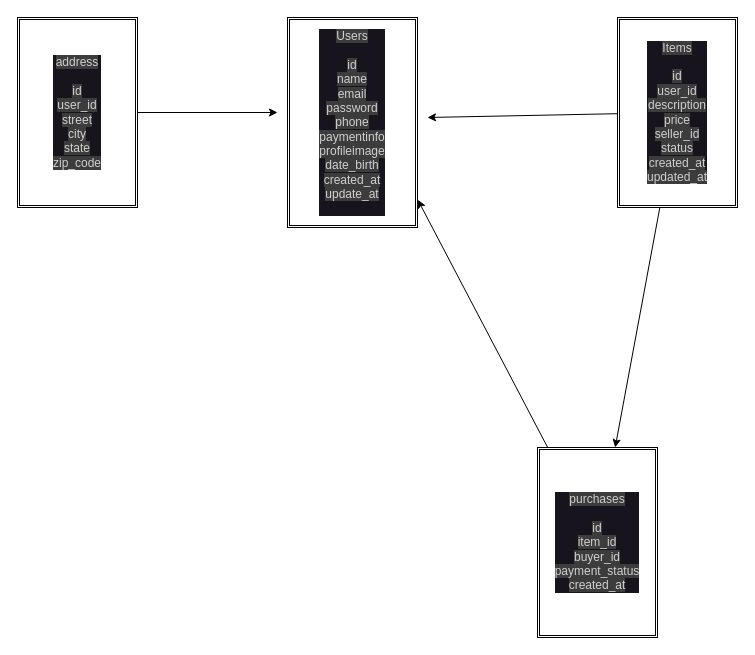
Above: ER.dio in Ebisawa1016/furima-40312 (draw.io), before the change. Source tidied: cells renumbered, new cells numbered last; positions are measured from the earlier drawing's top-left corner, leaving out a move shared by most shapes. Both pictures are drawn from the tidied source at 100%, with x=0, y=0 at pixel (17, 17).
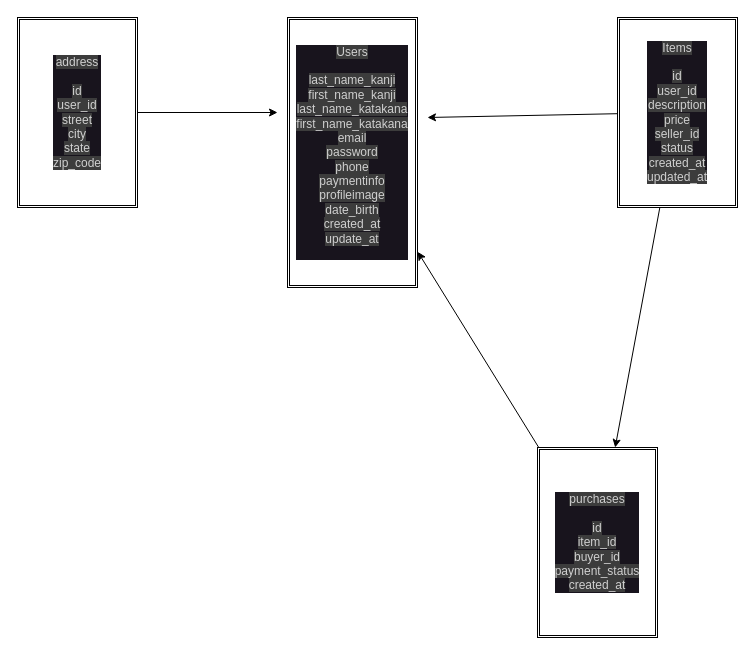
After the change.

Commit message (it also covers changes not shown here):
名前の要素を細分化

The edit, as a diff of the source:
```diff
@@
 <mxGraphModel>
   <root>
     <mxCell id="0" />
     <mxCell id="1" parent="0" />
-    <mxCell id="2" value="&lt;font color=&quot;#d0d0d0&quot;&gt;&lt;span style=&quot;background-color: rgb(60, 60, 60);&quot;&gt;Users&lt;br&gt;&lt;br&gt;id&lt;br&gt;name&lt;br&gt;email&lt;br&gt;password&lt;br&gt;phone&lt;br&gt;paymentinfo&lt;br&gt;profileimage&lt;br&gt;date_birth&lt;br&gt;created_at&lt;br&gt;update_at&lt;br&gt;&lt;br&gt;&lt;/span&gt;&lt;/font&gt;" style="shape=ext;double=1;rounded=0;whiteSpace=wrap;html=1;labelBackgroundColor=#18141D;" parent="1" vertex="1">
-      <mxGeometry x="270" width="130" height="210" as="geometry" />
+    <mxCell id="2" value="&lt;font color=&quot;#d0d0d0&quot;&gt;&lt;span style=&quot;background-color: rgb(60, 60, 60);&quot;&gt;Users&lt;br&gt;&lt;br&gt;last_name_kanji&lt;br&gt;first_name_kanji&lt;br&gt;last_name_katakana&lt;br&gt;first_name_katakana&lt;br&gt;&lt;/span&gt;&lt;/font&gt;&lt;font color=&quot;#d0d0d0&quot;&gt;&lt;span style=&quot;background-color: rgb(60, 60, 60);&quot;&gt;email&lt;br&gt;password&lt;br&gt;phone&lt;br&gt;paymentinfo&lt;br&gt;profileimage&lt;br&gt;date_birth&lt;br&gt;created_at&lt;br&gt;update_at&lt;br&gt;&lt;br&gt;&lt;/span&gt;&lt;/font&gt;" style="shape=ext;double=1;rounded=0;whiteSpace=wrap;html=1;labelBackgroundColor=#18141D;" parent="1" vertex="1">
+      <mxGeometry x="270" width="130" height="270" as="geometry" />
     </mxCell>
     <mxCell id="3" style="edgeStyle=none;html=1;" parent="1" edge="1" source="5">
       <mxGeometry relative="1" as="geometry">
         <mxPoint x="410" y="100" as="targetPoint" />
       </mxGeometry>
     </mxCell>
     <mxCell id="4" style="edgeStyle=none;html=1;" parent="1" edge="1" source="5" target="9">
       <mxGeometry relative="1" as="geometry" />
     </mxCell>
     <mxCell id="5" value="&lt;font color=&quot;#d0d0d0&quot;&gt;&lt;span style=&quot;background-color: rgb(60, 60, 60);&quot;&gt;Items&lt;br&gt;&lt;br&gt;id&lt;br&gt;user_id&lt;br&gt;description&lt;br&gt;price&lt;br&gt;seller_id&lt;br&gt;status&lt;br&gt;created_at&lt;br&gt;updated_at&lt;br&gt;&lt;/span&gt;&lt;/font&gt;" style="shape=ext;double=1;rounded=0;whiteSpace=wrap;html=1;labelBackgroundColor=#18141D;" parent="1" vertex="1">
       <mxGeometry x="600" width="120" height="190" as="geometry" />
     </mxCell>
     <mxCell id="6" style="edgeStyle=none;html=1;" parent="1" edge="1" source="7">
       <mxGeometry relative="1" as="geometry">
         <mxPoint x="260" y="95" as="targetPoint" />
       </mxGeometry>
     </mxCell>
     <mxCell id="7" value="&lt;font color=&quot;#d0d0d0&quot;&gt;&lt;span style=&quot;background-color: rgb(60, 60, 60);&quot;&gt;address&lt;br&gt;&lt;br&gt;id&lt;br&gt;user_id&lt;br&gt;street&lt;br&gt;city&lt;br&gt;state&lt;br&gt;zip_code&lt;br&gt;&lt;/span&gt;&lt;/font&gt;" style="shape=ext;double=1;rounded=0;whiteSpace=wrap;html=1;labelBackgroundColor=#18141D;" parent="1" vertex="1">
       <mxGeometry width="120" height="190" as="geometry" />
     </mxCell>
     <mxCell id="8" style="edgeStyle=none;html=1;entryX=1.002;entryY=0.868;entryDx=0;entryDy=0;entryPerimeter=0;" parent="1" edge="1" source="9" target="2">
       <mxGeometry relative="1" as="geometry" />
     </mxCell>
     <mxCell id="9" value="&lt;font color=&quot;#d0d0d0&quot;&gt;&lt;span style=&quot;background-color: rgb(60, 60, 60);&quot;&gt;purchases&lt;br&gt;&lt;br&gt;id&lt;br&gt;item_id&lt;br&gt;buyer_id&lt;br&gt;payment_status&lt;br&gt;created_at&lt;br&gt;&lt;/span&gt;&lt;/font&gt;" style="shape=ext;double=1;rounded=0;whiteSpace=wrap;html=1;labelBackgroundColor=#18141D;" parent="1" vertex="1">
       <mxGeometry x="520" y="430" width="120" height="190" as="geometry" />
     </mxCell>
   </root>
 </mxGraphModel>
```
